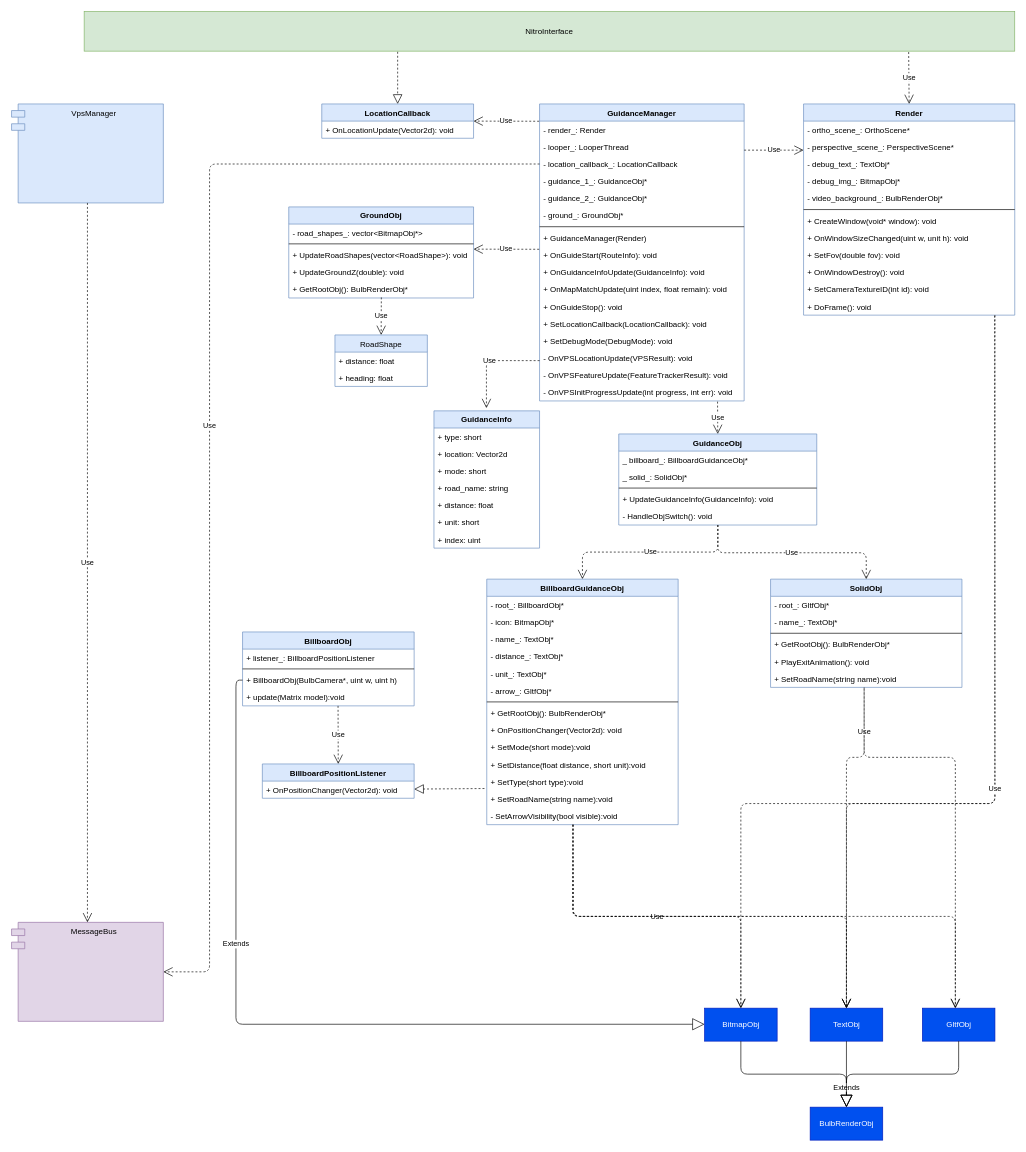
Before: page "Guidance & Render" (15 of 15) of AR 客户端架构.drawio in wangziji/graphics, a draw.io diagram. Source tidied: cells renumbered, new cells numbered last; positions are measured from the earlier drawing's top-left corner, leaving out a move shared by most shapes. Both pictures are drawn from the tidied source at 66%, with x=0, y=0 at pixel (11, 11).
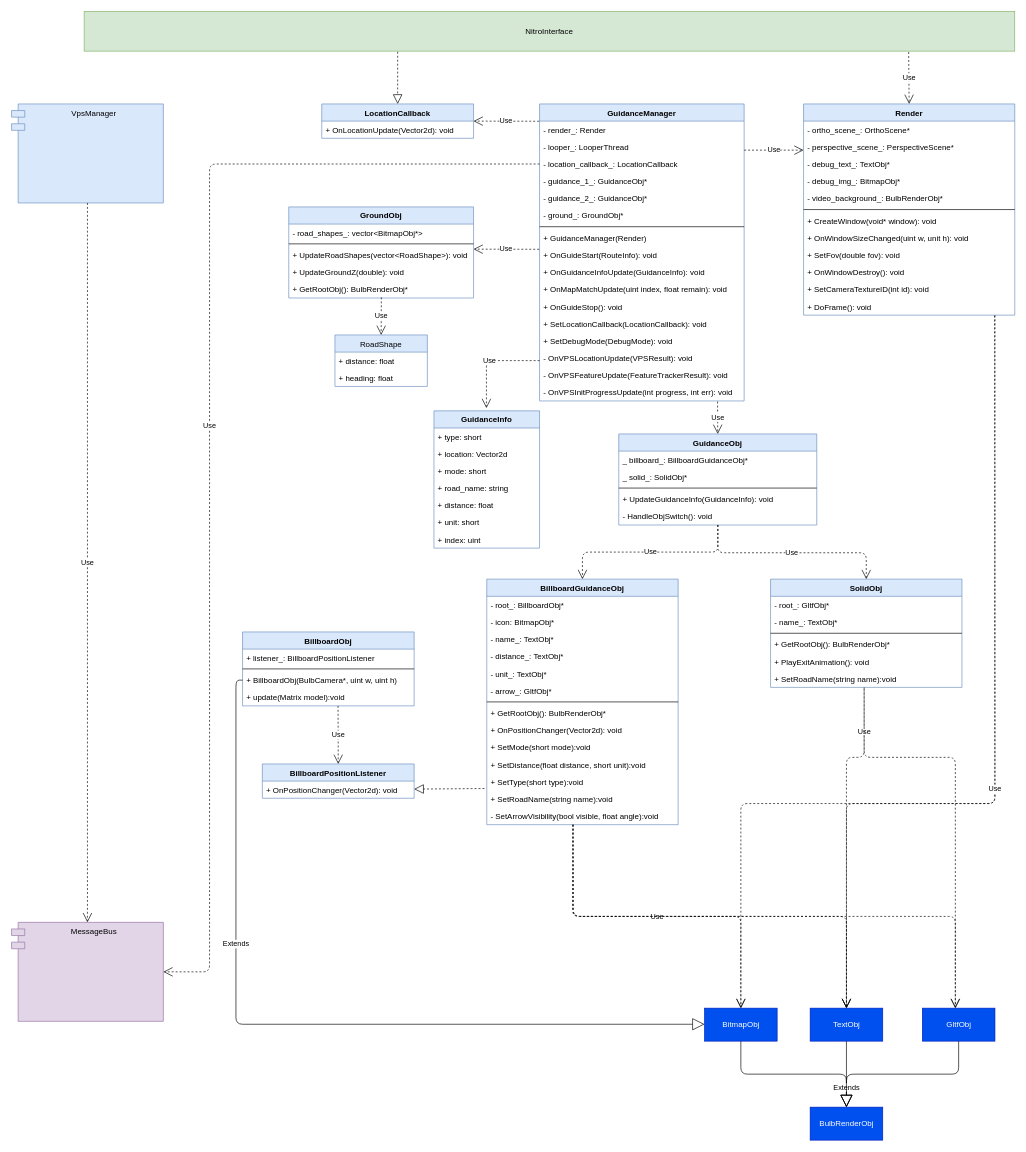
The same diagram, later.

Commit message:
Update AR 客户端架构.drawio

Unchanged cells that the change refers to:
```xml
<mxCell id="81" value="BillboardGuidanceObj" style="swimlane;fontStyle=1;align=center;verticalAlign=top;horizontal=1;startSize=26;fillColor=#dae8fc;strokeColor=#6c8ebf;" parent="1" vertex="1">
  <mxGeometry x="720" y="860" width="290" height="372" as="geometry" />
</mxCell>
```

Diff of the diagram source:
```diff
@@
-    <mxCell id="95" value="- SetArrowVisibility(bool visible):void" style="text;strokeColor=none;fillColor=none;align=left;verticalAlign=top;spacingLeft=4;spacingRight=4;overflow=hidden;" parent="81" vertex="1">
+    <mxCell id="95" value="- SetArrowVisibility(bool visible, float angle):void" style="text;strokeColor=none;fillColor=none;align=left;verticalAlign=top;spacingLeft=4;spacingRight=4;overflow=hidden;" parent="81" vertex="1">
       <mxGeometry y="346" width="290" height="26" as="geometry" />
     </mxCell>
```
